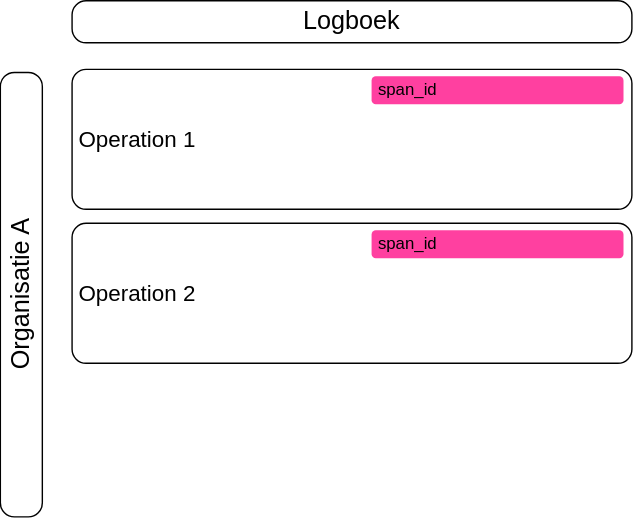
Above: media/relatie_logboekelementen_afbeelding8.svg in Logius-standaarden/logboek-dataverwerkingen-inleiding (draw.io), before the change. Source tidied: cells renumbered, new cells last; positions are measured from the earlier drawing's top-left corner, leaving out a move shared by most shapes. Source of this version:
```xml
<mxGraphModel background="#ffffff">
  <root>
    <mxCell id="0" />
    <mxCell id="1" parent="0" />
    <mxCell id="2" value="Operation 2" style="rounded=1;whiteSpace=wrap;html=1;align=left;fontSize=16;spacing=5;absoluteArcSize=1;fillColor=none;" parent="1" vertex="1">
      <mxGeometry x="195" y="159" width="400" height="100" as="geometry" />
    </mxCell>
    <mxCell id="3" value="Operation 1" style="rounded=1;whiteSpace=wrap;html=1;align=left;fontSize=16;spacing=5;absoluteArcSize=1;fillColor=none;" parent="1" vertex="1">
      <mxGeometry x="195" y="49" width="400" height="100" as="geometry" />
    </mxCell>
    <mxCell id="4" value="span_id" style="rounded=1;whiteSpace=wrap;html=1;strokeColor=none;fillColor=light-dark(#FF40A0,#FF40A0);align=left;spacing=5;" parent="1" vertex="1">
      <mxGeometry x="409" y="54" width="180" height="20" as="geometry" />
    </mxCell>
    <mxCell id="5" value="span_id" style="rounded=1;whiteSpace=wrap;html=1;strokeColor=none;fillColor=light-dark(#FF40A0,#FF40A0);align=left;spacing=5;gradientColor=none;gradientDirection=east;" parent="1" vertex="1">
      <mxGeometry x="409" y="164" width="180" height="20" as="geometry" />
    </mxCell>
    <mxCell id="6" value="Organisatie A" style="text;html=1;align=center;verticalAlign=middle;whiteSpace=wrap;rounded=1;rotation=-90;fontSize=18;fillColor=none;strokeColor=default;absoluteArcSize=1;" parent="1" vertex="1">
      <mxGeometry y="195" width="317.5" height="30" as="geometry" />
    </mxCell>
    <mxCell id="7" value="Logboek" style="text;html=1;align=center;verticalAlign=middle;whiteSpace=wrap;rounded=1;rotation=0;fontSize=18;fillColor=none;strokeColor=default;absoluteArcSize=1;" parent="1" vertex="1">
      <mxGeometry x="195" width="400" height="30" as="geometry" />
    </mxCell>
  </root>
</mxGraphModel>
```
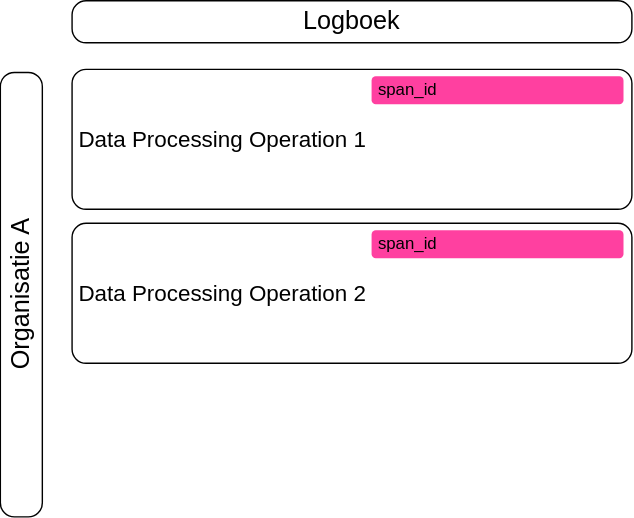
The same file after the commit.

Diff of the diagram source:
```diff
@@ -2,10 +2,10 @@
   <root>
     <mxCell id="0" />
     <mxCell id="1" parent="0" />
-    <mxCell id="2" value="Operation 2" style="rounded=1;whiteSpace=wrap;html=1;align=left;fontSize=16;spacing=5;absoluteArcSize=1;fillColor=none;" parent="1" vertex="1">
+    <mxCell id="2" value="Data Processing Operation 2" style="rounded=1;whiteSpace=wrap;html=1;align=left;fontSize=16;spacing=5;absoluteArcSize=1;fillColor=none;" parent="1" vertex="1">
       <mxGeometry x="195" y="159" width="400" height="100" as="geometry" />
     </mxCell>
-    <mxCell id="3" value="Operation 1" style="rounded=1;whiteSpace=wrap;html=1;align=left;fontSize=16;spacing=5;absoluteArcSize=1;fillColor=none;" parent="1" vertex="1">
+    <mxCell id="3" value="Data Processing Operation 1" style="rounded=1;whiteSpace=wrap;html=1;align=left;fontSize=16;spacing=5;absoluteArcSize=1;fillColor=none;" parent="1" vertex="1">
       <mxGeometry x="195" y="49" width="400" height="100" as="geometry" />
     </mxCell>
     <mxCell id="4" value="span_id" style="rounded=1;whiteSpace=wrap;html=1;strokeColor=none;fillColor=light-dark(#FF40A0,#FF40A0);align=left;spacing=5;" parent="1" vertex="1">
```
